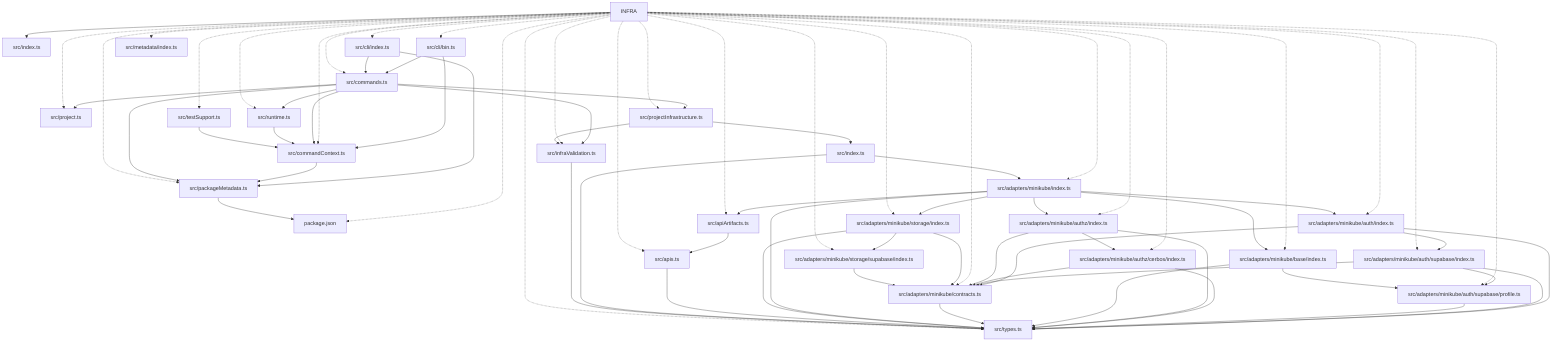
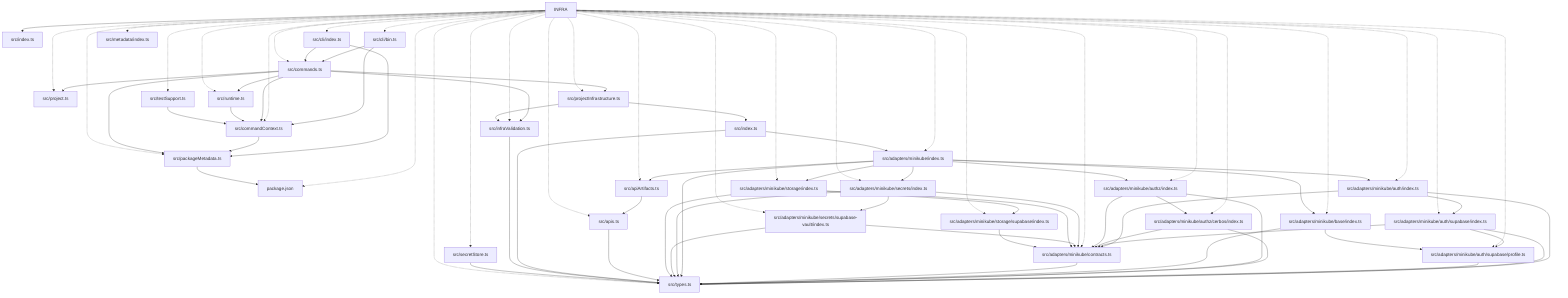
graph TD
  package__ankhorage_infra["INFRA"]
  entrypoint_src_index_ts["src/index.ts"]
  package__ankhorage_infra --> entrypoint_src_index_ts
  module_package_json["package.json"]
  package__ankhorage_infra -.-> module_package_json
  module_src_adapters_minikube_auth_index_ts["src/adapters/minikube/auth/index.ts"]
  package__ankhorage_infra -.-> module_src_adapters_minikube_auth_index_ts
  module_src_adapters_minikube_auth_index_ts --> module_src_adapters_minikube_auth_supabase_index_ts
  module_src_adapters_minikube_auth_index_ts --> module_src_adapters_minikube_contracts_ts
  module_src_adapters_minikube_auth_index_ts --> module_src_types_ts
  module_src_adapters_minikube_auth_supabase_index_ts["src/adapters/minikube/auth/supabase/index.ts"]
  package__ankhorage_infra -.-> module_src_adapters_minikube_auth_supabase_index_ts
  module_src_adapters_minikube_auth_supabase_index_ts --> module_src_adapters_minikube_auth_supabase_profile_ts
  module_src_adapters_minikube_auth_supabase_index_ts --> module_src_adapters_minikube_contracts_ts
  module_src_adapters_minikube_auth_supabase_index_ts --> module_src_types_ts
  module_src_adapters_minikube_auth_supabase_profile_ts["src/adapters/minikube/auth/supabase/profile.ts"]
  package__ankhorage_infra -.-> module_src_adapters_minikube_auth_supabase_profile_ts
  module_src_adapters_minikube_auth_supabase_profile_ts --> module_src_types_ts
  module_src_adapters_minikube_authz_cerbos_index_ts["src/adapters/minikube/authz/cerbos/index.ts"]
  package__ankhorage_infra -.-> module_src_adapters_minikube_authz_cerbos_index_ts
  module_src_adapters_minikube_authz_cerbos_index_ts --> module_src_adapters_minikube_contracts_ts
  module_src_adapters_minikube_authz_cerbos_index_ts --> module_src_types_ts
  module_src_adapters_minikube_authz_index_ts["src/adapters/minikube/authz/index.ts"]
  package__ankhorage_infra -.-> module_src_adapters_minikube_authz_index_ts
  module_src_adapters_minikube_authz_index_ts --> module_src_adapters_minikube_authz_cerbos_index_ts
  module_src_adapters_minikube_authz_index_ts --> module_src_adapters_minikube_contracts_ts
  module_src_adapters_minikube_authz_index_ts --> module_src_types_ts
  module_src_adapters_minikube_base_index_ts["src/adapters/minikube/base/index.ts"]
  package__ankhorage_infra -.-> module_src_adapters_minikube_base_index_ts
  module_src_adapters_minikube_base_index_ts --> module_src_adapters_minikube_auth_supabase_profile_ts
  module_src_adapters_minikube_base_index_ts --> module_src_types_ts
  module_src_adapters_minikube_contracts_ts["src/adapters/minikube/contracts.ts"]
  package__ankhorage_infra -.-> module_src_adapters_minikube_contracts_ts
  module_src_adapters_minikube_contracts_ts --> module_src_types_ts
  module_src_adapters_minikube_index_ts["src/adapters/minikube/index.ts"]
  package__ankhorage_infra -.-> module_src_adapters_minikube_index_ts
  module_src_adapters_minikube_index_ts --> module_src_adapters_minikube_auth_index_ts
  module_src_adapters_minikube_index_ts --> module_src_adapters_minikube_authz_index_ts
  module_src_adapters_minikube_index_ts --> module_src_adapters_minikube_base_index_ts
+   module_src_adapters_minikube_index_ts --> module_src_adapters_minikube_secrets_index_ts
  module_src_adapters_minikube_index_ts --> module_src_adapters_minikube_storage_index_ts
  module_src_adapters_minikube_index_ts --> module_src_apiArtifacts_ts
  module_src_adapters_minikube_index_ts --> module_src_types_ts
+   module_src_adapters_minikube_secrets_index_ts["src/adapters/minikube/secrets/index.ts"]
+   package__ankhorage_infra -.-> module_src_adapters_minikube_secrets_index_ts
+   module_src_adapters_minikube_secrets_index_ts --> module_src_adapters_minikube_contracts_ts
+   module_src_adapters_minikube_secrets_index_ts --> module_src_adapters_minikube_secrets_supabase_vault_index_ts
+   module_src_adapters_minikube_secrets_index_ts --> module_src_types_ts
+   module_src_adapters_minikube_secrets_supabase_vault_index_ts["src/adapters/minikube/secrets/supabase-vault/index.ts"]
+   package__ankhorage_infra -.-> module_src_adapters_minikube_secrets_supabase_vault_index_ts
+   module_src_adapters_minikube_secrets_supabase_vault_index_ts --> module_src_adapters_minikube_contracts_ts
+   module_src_adapters_minikube_secrets_supabase_vault_index_ts --> module_src_types_ts
  module_src_adapters_minikube_storage_index_ts["src/adapters/minikube/storage/index.ts"]
  package__ankhorage_infra -.-> module_src_adapters_minikube_storage_index_ts
  module_src_adapters_minikube_storage_index_ts --> module_src_adapters_minikube_contracts_ts
  module_src_adapters_minikube_storage_index_ts --> module_src_adapters_minikube_storage_supabase_index_ts
  module_src_adapters_minikube_storage_index_ts --> module_src_types_ts
  module_src_adapters_minikube_storage_supabase_index_ts["src/adapters/minikube/storage/supabase/index.ts"]
  package__ankhorage_infra -.-> module_src_adapters_minikube_storage_supabase_index_ts
  module_src_adapters_minikube_storage_supabase_index_ts --> module_src_adapters_minikube_contracts_ts
  module_src_apiArtifacts_ts["src/apiArtifacts.ts"]
  package__ankhorage_infra -.-> module_src_apiArtifacts_ts
  module_src_apiArtifacts_ts --> module_src_apis_ts
  module_src_apis_ts["src/apis.ts"]
  package__ankhorage_infra -.-> module_src_apis_ts
  module_src_apis_ts --> module_src_types_ts
  module_src_cli_bin_ts["src/cli/bin.ts"]
  package__ankhorage_infra -.-> module_src_cli_bin_ts
  module_src_cli_bin_ts --> module_src_commandContext_ts
  module_src_cli_bin_ts --> module_src_commands_ts
  module_src_cli_index_ts["src/cli/index.ts"]
  package__ankhorage_infra -.-> module_src_cli_index_ts
  module_src_cli_index_ts --> module_src_commands_ts
  module_src_cli_index_ts --> module_src_packageMetadata_ts
  module_src_commandContext_ts["src/commandContext.ts"]
  package__ankhorage_infra -.-> module_src_commandContext_ts
  module_src_commandContext_ts --> module_src_packageMetadata_ts
  module_src_commands_ts["src/commands.ts"]
  package__ankhorage_infra -.-> module_src_commands_ts
  module_src_commands_ts --> module_src_commandContext_ts
  module_src_commands_ts --> module_src_infraValidation_ts
  module_src_commands_ts --> module_src_packageMetadata_ts
  module_src_commands_ts --> module_src_project_ts
  module_src_commands_ts --> module_src_projectInfrastructure_ts
  module_src_commands_ts --> module_src_runtime_ts
  module_src_index_ts["src/index.ts"]
  module_src_index_ts --> module_src_adapters_minikube_index_ts
  module_src_index_ts --> module_src_types_ts
  module_src_infraValidation_ts["src/infraValidation.ts"]
  package__ankhorage_infra -.-> module_src_infraValidation_ts
  module_src_infraValidation_ts --> module_src_types_ts
  module_src_metadata_index_ts["src/metadata/index.ts"]
  package__ankhorage_infra -.-> module_src_metadata_index_ts
  module_src_packageMetadata_ts["src/packageMetadata.ts"]
  package__ankhorage_infra -.-> module_src_packageMetadata_ts
  module_src_packageMetadata_ts --> module_package_json
  module_src_project_ts["src/project.ts"]
  package__ankhorage_infra -.-> module_src_project_ts
  module_src_projectInfrastructure_ts["src/projectInfrastructure.ts"]
  package__ankhorage_infra -.-> module_src_projectInfrastructure_ts
  module_src_projectInfrastructure_ts --> module_src_index_ts
  module_src_projectInfrastructure_ts --> module_src_infraValidation_ts
  module_src_runtime_ts["src/runtime.ts"]
  package__ankhorage_infra -.-> module_src_runtime_ts
  module_src_runtime_ts --> module_src_commandContext_ts
+   module_src_secretStore_ts["src/secretStore.ts"]
+   package__ankhorage_infra -.-> module_src_secretStore_ts
+   module_src_secretStore_ts --> module_src_types_ts
  module_src_testSupport_ts["src/testSupport.ts"]
  package__ankhorage_infra -.-> module_src_testSupport_ts
  module_src_testSupport_ts --> module_src_commandContext_ts
  module_src_types_ts["src/types.ts"]
  package__ankhorage_infra -.-> module_src_types_ts
